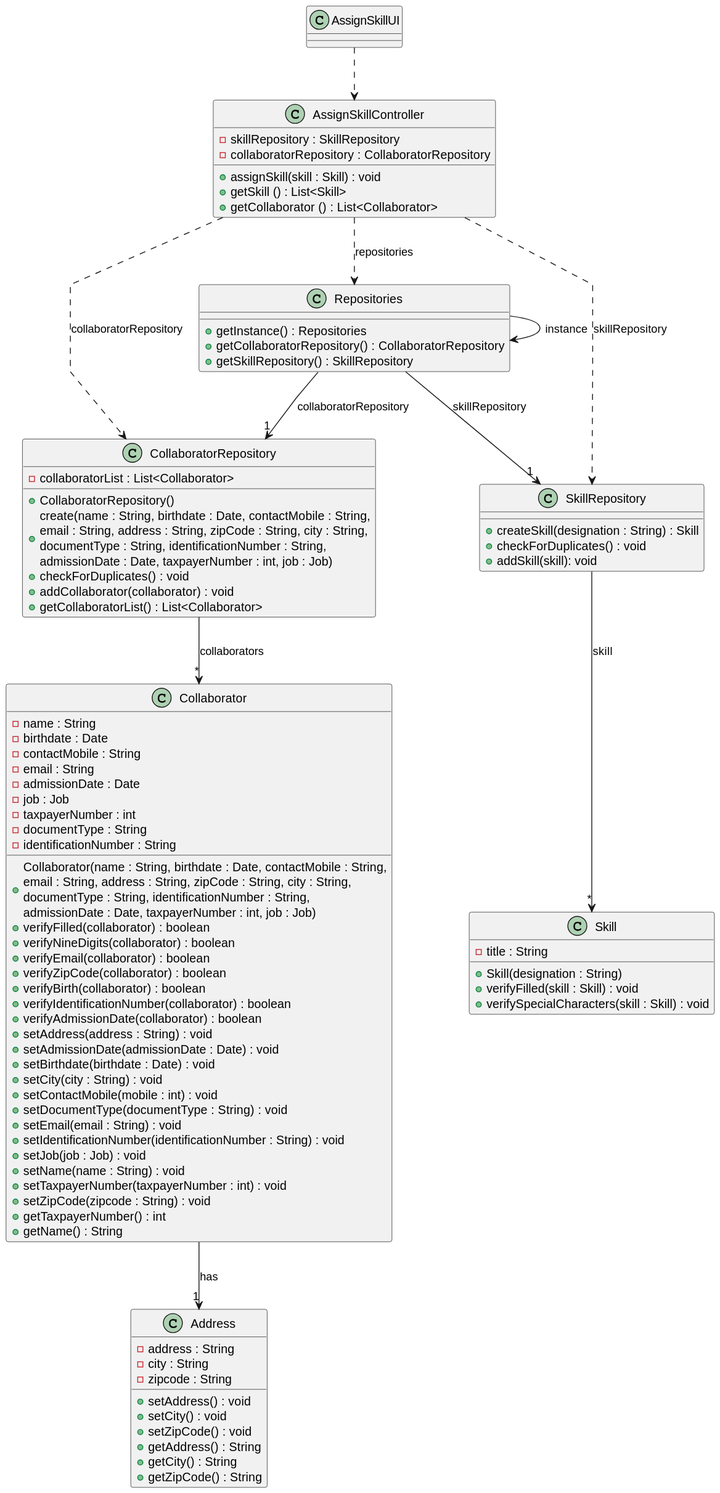
The PlantUML diagram docs/sprintB/us004/03.design/svg/us004-class-diagram.svg in ricardomm7/leaflink, before a commit.
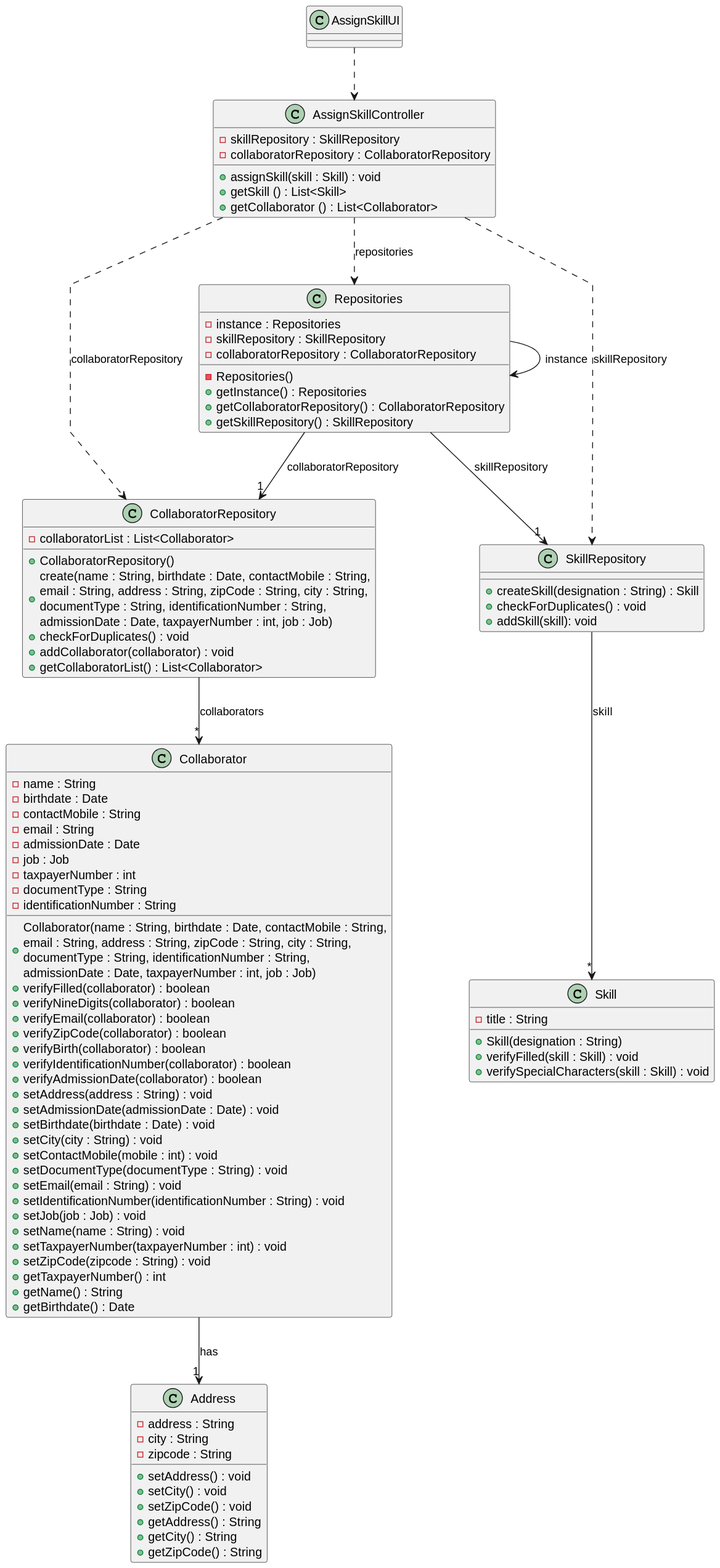
Above is the later version.

Change to the diagram source:
```diff
@@ -15,6 +15,10 @@
 }
 
 class Repositories {
+    - instance : Repositories
+    - Repositories()
+    -skillRepository : SkillRepository
+    -collaboratorRepository : CollaboratorRepository
     + getInstance() : Repositories
     + getCollaboratorRepository() : CollaboratorRepository
     + getSkillRepository() : SkillRepository
@@ -67,6 +71,7 @@
     +setZipCode(zipcode : String) : void
     +getTaxpayerNumber() : int
     +getName() : String
+    +getBirthdate() : Date
 }
 
 class Address {
```
